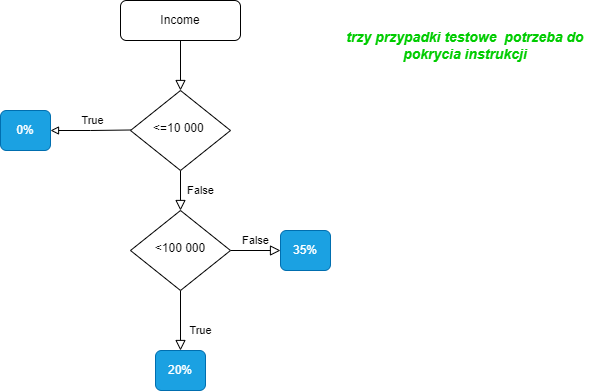
The draw.io diagram Invome&taxes.drawio.png in Soldat72/draws_and_charts, before a commit. Source tidied: cells renumbered, new cells last; positions are measured from the earlier drawing's top-left corner, leaving out a move shared by most shapes.
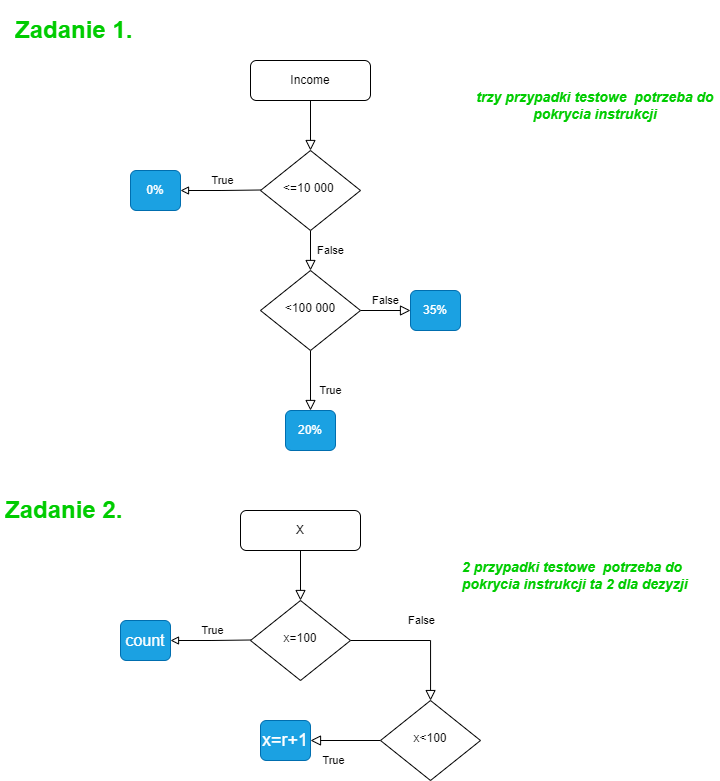
After the commit.

What changed in the source:
```diff
@@ -41,5 +41,44 @@
     <mxCell id="13" value="&lt;b style=&quot;font-size: 14px;&quot;&gt;&lt;i style=&quot;font-size: 14px;&quot;&gt;trzy przypadki testowe &amp;nbsp;potrzeba do pokrycia instrukcji&lt;/i&gt;&lt;/b&gt;" style="text;html=1;align=center;verticalAlign=middle;whiteSpace=wrap;rounded=0;fontColor=#00CC00;fontSize=14;" parent="1" vertex="1">
       <mxGeometry x="340" y="30" width="250" height="30" as="geometry" />
     </mxCell>
+    <mxCell id="14" value="&lt;h1&gt;Zadanie 1.&lt;/h1&gt;" style="text;html=1;spacing=5;spacingTop=-20;whiteSpace=wrap;overflow=hidden;rounded=0;fontColor=#00CC00;" parent="1" vertex="1">
+      <mxGeometry x="-120" y="-50" width="190" height="40" as="geometry" />
+    </mxCell>
+    <mxCell id="15" value="True" style="endArrow=block;html=1;rounded=0;edgeStyle=orthogonalEdgeStyle;endFill=0;" parent="1" edge="1">
+      <mxGeometry x="-0.07" y="-10" relative="1" as="geometry">
+        <mxPoint x="120" y="579.5" as="sourcePoint" />
+        <mxPoint x="40" y="580" as="targetPoint" />
+      </mxGeometry>
+    </mxCell>
+    <mxCell id="16" style="rounded=0;html=1;jettySize=auto;fontSize=11;endArrow=block;endFill=0;endSize=8;strokeWidth=1;shadow=0;labelBackgroundColor=none;edgeStyle=orthogonalEdgeStyle;" parent="1" edge="1" source="17" target="19">
+      <mxGeometry relative="1" as="geometry" />
+    </mxCell>
+    <mxCell id="17" value="X" style="rounded=1;whiteSpace=wrap;html=1;fontSize=12;glass=0;strokeWidth=1;shadow=0;" parent="1" vertex="1">
+      <mxGeometry x="110" y="450" width="120" height="40" as="geometry" />
+    </mxCell>
+    <mxCell id="18" value="False" style="rounded=0;html=1;jettySize=auto;fontSize=11;endArrow=block;endFill=0;endSize=8;strokeWidth=1;shadow=0;labelBackgroundColor=none;edgeStyle=orthogonalEdgeStyle;" parent="1" edge="1" source="19" target="21">
+      <mxGeometry y="20" relative="1" as="geometry" />
+    </mxCell>
+    <mxCell id="19" value="x=100" style="rhombus;whiteSpace=wrap;html=1;shadow=0;fontFamily=Helvetica;fontSize=12;align=center;strokeWidth=1;spacing=6;spacingTop=-4;" parent="1" vertex="1">
+      <mxGeometry x="120" y="540" width="100" height="80" as="geometry" />
+    </mxCell>
+    <mxCell id="20" value="True" style="rounded=0;html=1;jettySize=auto;fontSize=11;endArrow=block;endFill=0;endSize=8;strokeWidth=1;shadow=0;labelBackgroundColor=none;edgeStyle=orthogonalEdgeStyle;" parent="1" edge="1" source="21" target="22">
+      <mxGeometry x="0.33" y="20" relative="1" as="geometry" />
+    </mxCell>
+    <mxCell id="21" value="x&amp;lt;100" style="rhombus;whiteSpace=wrap;html=1;shadow=0;fontFamily=Helvetica;fontSize=12;align=center;strokeWidth=1;spacing=6;spacingTop=-4;" parent="1" vertex="1">
+      <mxGeometry x="250" y="640" width="100" height="80" as="geometry" />
+    </mxCell>
+    <mxCell id="22" value="x=r+1" style="rounded=1;whiteSpace=wrap;html=1;fontSize=18;glass=0;strokeWidth=1;shadow=0;fillColor=#1ba1e2;fontColor=#ffffff;strokeColor=#006EAF;imageWidth=24;imageHeight=24;" parent="1" vertex="1">
+      <mxGeometry x="130" y="660" width="50" height="40" as="geometry" />
+    </mxCell>
+    <mxCell id="23" value="count" style="rounded=1;whiteSpace=wrap;html=1;fontSize=16;fillColor=#1ba1e2;fontColor=#ffffff;strokeColor=#006EAF;imageWidth=24;imageHeight=24;" parent="1" vertex="1">
+      <mxGeometry x="-10" y="560" width="50" height="40" as="geometry" />
+    </mxCell>
+    <mxCell id="24" value="&lt;b style=&quot;font-size: 14px;&quot;&gt;&lt;i style=&quot;font-size: 14px;&quot;&gt;2 przypadki testowe &amp;nbsp;potrzeba do pokrycia instrukcji ta 2 dla dezyzji&lt;br&gt;&lt;/i&gt;&lt;/b&gt;" style="text;html=1;align=left;verticalAlign=middle;whiteSpace=wrap;rounded=0;fontColor=#00CC00;fontSize=14;" parent="1" vertex="1">
+      <mxGeometry x="330" y="480" width="250" height="70" as="geometry" />
+    </mxCell>
+    <mxCell id="25" value="&lt;h1&gt;Zadanie 2.&lt;/h1&gt;" style="text;html=1;spacing=5;spacingTop=-20;whiteSpace=wrap;overflow=hidden;rounded=0;fontColor=#00CC00;" parent="1" vertex="1">
+      <mxGeometry x="-130" y="430" width="190" height="40" as="geometry" />
+    </mxCell>
   </root>
 </mxGraphModel>
```
